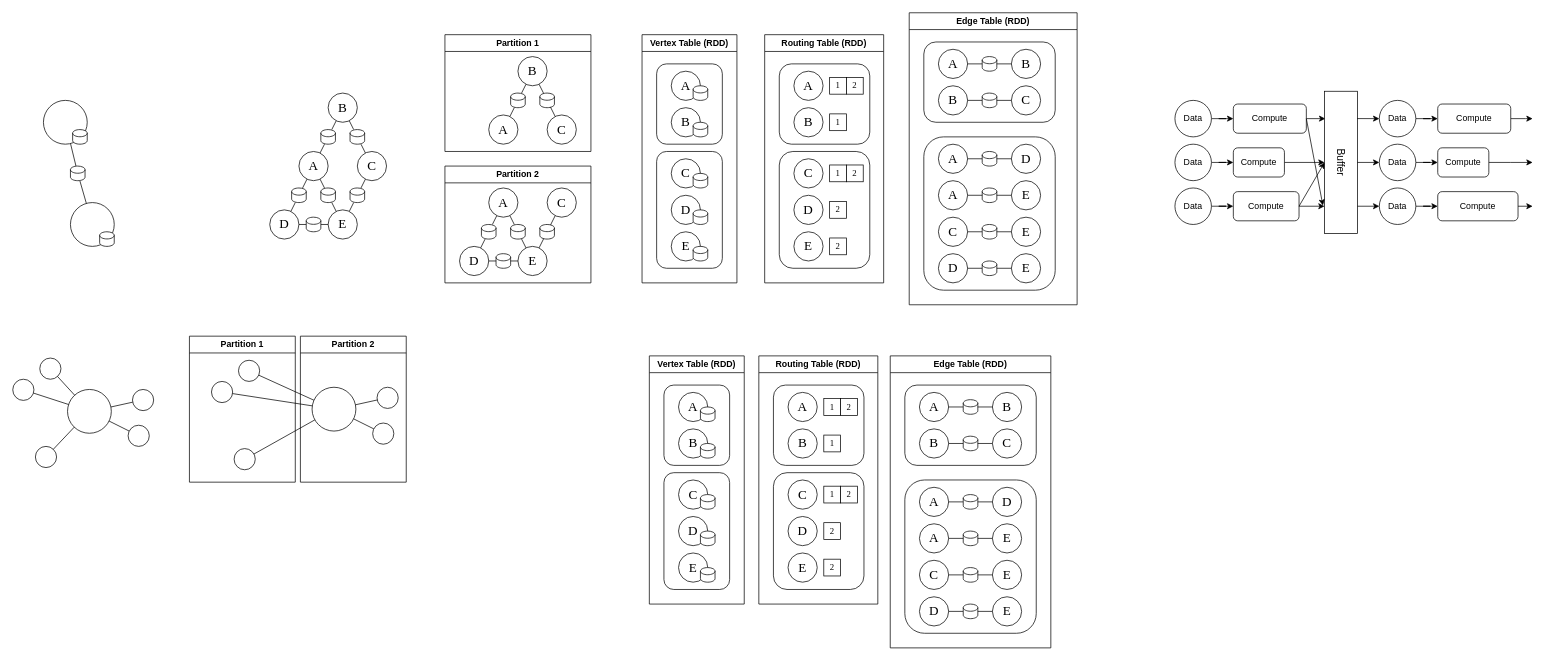
Before: GraphProcessing.drawio in OneOverThree/PastryTest, a draw.io diagram. Source tidied: cells renumbered, new cells numbered last; positions are measured from the earlier drawing's top-left corner, leaving out a move shared by most shapes. Both pictures are drawn from the tidied source at 73%, with x=0, y=0 at pixel (12, 12).
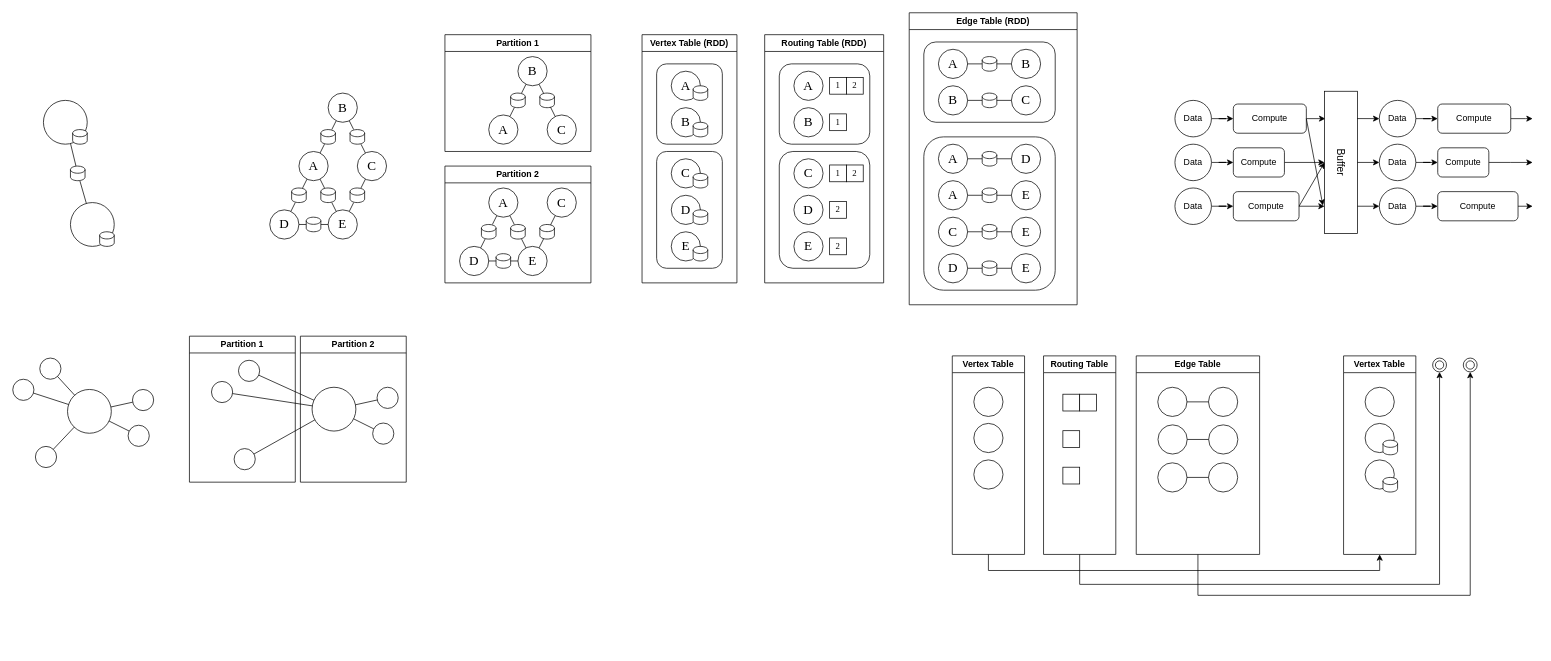
The same page after the edit.

What changed in the source:
```diff
@@
+    <mxCell id="231" style="edgeStyle=orthogonalEdgeStyle;rounded=0;jettySize=auto;html=1;exitX=0.5;exitY=1;exitDx=0;exitDy=0;entryX=0.5;entryY=1;entryDx=0;entryDy=0;" parent="1" edge="1" source="141" target="252">
+      <mxGeometry relative="1" as="geometry">
+        <Array as="points">
+          <mxPoint x="1337" y="764" />
+          <mxPoint x="1873" y="764" />
+        </Array>
+      </mxGeometry>
+    </mxCell>
-    <mxCell id="141" value="Vertex Table (RDD)" style="swimlane;whiteSpace=wrap;html=1;" parent="1" vertex="1">
-      <mxGeometry x="872" y="470" width="130" height="340" as="geometry" />
+    <mxCell id="141" value="Vertex Table" style="swimlane;whiteSpace=wrap;html=1;" parent="1" vertex="1">
+      <mxGeometry x="1287" y="470" width="99" height="272" as="geometry" />
     </mxCell>
-    <mxCell id="142" style="rounded=1;whiteSpace=wrap;html=1;" parent="141" vertex="1">
-      <mxGeometry x="20" y="40" width="90" height="110" as="geometry" />
-    </mxCell>
-    <mxCell id="143" value="&lt;font style=&quot;font-size: 18px;&quot; face=&quot;Times New Roman&quot;&gt;A&lt;/font&gt;" style="ellipse;whiteSpace=wrap;html=1;" parent="141" vertex="1">
-      <mxGeometry x="40" y="50" width="40" height="40" as="geometry" />
-    </mxCell>
-    <mxCell id="144" style="shape=cylinder3;whiteSpace=wrap;html=1;boundedLbl=1;backgroundOutline=1;size=4.904779343377953;" parent="141" vertex="1">
-      <mxGeometry x="70" y="70" width="20" height="20" as="geometry" />
-    </mxCell>
-    <mxCell id="145" value="&lt;font style=&quot;font-size: 18px;&quot; face=&quot;Times New Roman&quot;&gt;B&lt;/font&gt;" style="ellipse;whiteSpace=wrap;html=1;" parent="141" vertex="1">
-      <mxGeometry x="40" y="100" width="40" height="40" as="geometry" />
-    </mxCell>
-    <mxCell id="146" style="shape=cylinder3;whiteSpace=wrap;html=1;boundedLbl=1;backgroundOutline=1;size=4.904779343377953;" parent="141" vertex="1">
-      <mxGeometry x="70" y="120" width="20" height="20" as="geometry" />
-    </mxCell>
-    <mxCell id="147" style="rounded=1;whiteSpace=wrap;html=1;" parent="141" vertex="1">
-      <mxGeometry x="20" y="160" width="90" height="160" as="geometry" />
-    </mxCell>
-    <mxCell id="148" value="&lt;font style=&quot;font-size: 18px;&quot; face=&quot;Times New Roman&quot;&gt;C&lt;/font&gt;" style="ellipse;whiteSpace=wrap;html=1;" parent="141" vertex="1">
-      <mxGeometry x="40" y="170" width="40" height="40" as="geometry" />
-    </mxCell>
-    <mxCell id="149" style="shape=cylinder3;whiteSpace=wrap;html=1;boundedLbl=1;backgroundOutline=1;size=4.904779343377953;" parent="141" vertex="1">
-      <mxGeometry x="70" y="190" width="20" height="20" as="geometry" />
-    </mxCell>
-    <mxCell id="150" value="&lt;font style=&quot;font-size: 18px;&quot; face=&quot;Times New Roman&quot;&gt;D&lt;/font&gt;" style="ellipse;whiteSpace=wrap;html=1;" parent="141" vertex="1">
-      <mxGeometry x="40" y="220" width="40" height="40" as="geometry" />
-    </mxCell>
-    <mxCell id="151" style="shape=cylinder3;whiteSpace=wrap;html=1;boundedLbl=1;backgroundOutline=1;size=4.904779343377953;" parent="141" vertex="1">
-      <mxGeometry x="70" y="240" width="20" height="20" as="geometry" />
-    </mxCell>
-    <mxCell id="152" value="&lt;font style=&quot;font-size: 18px;&quot; face=&quot;Times New Roman&quot;&gt;E&lt;/font&gt;" style="ellipse;whiteSpace=wrap;html=1;" parent="141" vertex="1">
-      <mxGeometry x="40" y="270" width="40" height="40" as="geometry" />
-    </mxCell>
-    <mxCell id="153" style="shape=cylinder3;whiteSpace=wrap;html=1;boundedLbl=1;backgroundOutline=1;size=4.904779343377953;" parent="141" vertex="1">
-      <mxGeometry x="70" y="290" width="20" height="20" as="geometry" />
-    </mxCell>
-    <mxCell id="154" value="Edge Table (RDD)" style="swimlane;whiteSpace=wrap;html=1;" parent="1" vertex="1">
-      <mxGeometry x="1202" y="470" width="220" height="400" as="geometry" />
-    </mxCell>
-    <mxCell id="155" style="rounded=1;whiteSpace=wrap;html=1;" parent="154" vertex="1">
-      <mxGeometry x="20" y="40" width="180" height="110" as="geometry" />
-    </mxCell>
-    <mxCell id="156" value="&lt;font style=&quot;font-size: 18px;&quot; face=&quot;Times New Roman&quot;&gt;A&lt;/font&gt;" style="ellipse;whiteSpace=wrap;html=1;" parent="154" vertex="1">
-      <mxGeometry x="40" y="50" width="40" height="40" as="geometry" />
-    </mxCell>
-    <mxCell id="157" value="&lt;font style=&quot;font-size: 18px;&quot; face=&quot;Times New Roman&quot;&gt;B&lt;/font&gt;" style="ellipse;whiteSpace=wrap;html=1;" parent="154" vertex="1">
-      <mxGeometry x="40" y="100" width="40" height="40" as="geometry" />
-    </mxCell>
-    <mxCell id="158" style="rounded=1;whiteSpace=wrap;html=1;" parent="154" vertex="1">
-      <mxGeometry x="20" y="170" width="180" height="210" as="geometry" />
-    </mxCell>
-    <mxCell id="159" value="&lt;font style=&quot;font-size: 18px;&quot; face=&quot;Times New Roman&quot;&gt;A&lt;/font&gt;" style="ellipse;whiteSpace=wrap;html=1;" parent="154" vertex="1">
-      <mxGeometry x="40" y="180" width="40" height="40" as="geometry" />
-    </mxCell>
-    <mxCell id="160" value="&lt;font style=&quot;font-size: 18px;&quot; face=&quot;Times New Roman&quot;&gt;A&lt;/font&gt;" style="ellipse;whiteSpace=wrap;html=1;" parent="154" vertex="1">
-      <mxGeometry x="40" y="230" width="40" height="40" as="geometry" />
-    </mxCell>
-    <mxCell id="161" value="&lt;font style=&quot;font-size: 18px;&quot; face=&quot;Times New Roman&quot;&gt;C&lt;/font&gt;" style="ellipse;whiteSpace=wrap;html=1;" parent="154" vertex="1">
-      <mxGeometry x="40" y="280" width="40" height="40" as="geometry" />
-    </mxCell>
-    <mxCell id="162" value="&lt;font style=&quot;font-size: 18px;&quot; face=&quot;Times New Roman&quot;&gt;B&lt;/font&gt;" style="ellipse;whiteSpace=wrap;html=1;" parent="154" vertex="1">
-      <mxGeometry x="140" y="50" width="40" height="40" as="geometry" />
-    </mxCell>
-    <mxCell id="163" value="&lt;font style=&quot;font-size: 18px;&quot; face=&quot;Times New Roman&quot;&gt;C&lt;/font&gt;" style="ellipse;whiteSpace=wrap;html=1;" parent="154" vertex="1">
-      <mxGeometry x="140" y="100" width="40" height="40" as="geometry" />
-    </mxCell>
-    <mxCell id="164" value="&lt;font style=&quot;font-size: 18px;&quot; face=&quot;Times New Roman&quot;&gt;D&lt;/font&gt;" style="ellipse;whiteSpace=wrap;html=1;" parent="154" vertex="1">
-      <mxGeometry x="40" y="330" width="40" height="40" as="geometry" />
-    </mxCell>
-    <mxCell id="165" value="&lt;font style=&quot;font-size: 18px;&quot; face=&quot;Times New Roman&quot;&gt;D&lt;/font&gt;" style="ellipse;whiteSpace=wrap;html=1;" parent="154" vertex="1">
-      <mxGeometry x="140" y="180" width="40" height="40" as="geometry" />
-    </mxCell>
-    <mxCell id="166" value="&lt;font style=&quot;font-size: 18px;&quot; face=&quot;Times New Roman&quot;&gt;E&lt;/font&gt;" style="ellipse;whiteSpace=wrap;html=1;" parent="154" vertex="1">
-      <mxGeometry x="140" y="230" width="40" height="40" as="geometry" />
-    </mxCell>
-    <mxCell id="167" value="&lt;font style=&quot;font-size: 18px;&quot; face=&quot;Times New Roman&quot;&gt;E&lt;/font&gt;" style="ellipse;whiteSpace=wrap;html=1;" parent="154" vertex="1">
-      <mxGeometry x="140" y="280" width="40" height="40" as="geometry" />
-    </mxCell>
-    <mxCell id="168" value="&lt;font style=&quot;font-size: 18px;&quot; face=&quot;Times New Roman&quot;&gt;E&lt;/font&gt;" style="ellipse;whiteSpace=wrap;html=1;" parent="154" vertex="1">
-      <mxGeometry x="140" y="330" width="40" height="40" as="geometry" />
-    </mxCell>
-    <mxCell id="169" style="endArrow=none;html=1;rounded=0;entryX=1;entryY=0.5;entryDx=0;entryDy=0;exitX=0;exitY=0.5;exitDx=0;exitDy=0;" parent="154" edge="1" source="175" target="156">
-      <mxGeometry relative="1" as="geometry" />
-    </mxCell>
-    <mxCell id="170" style="endArrow=none;html=1;rounded=0;" parent="154" edge="1" source="177" target="157">
-      <mxGeometry relative="1" as="geometry" />
-    </mxCell>
-    <mxCell id="171" style="endArrow=none;html=1;rounded=0;" parent="154" edge="1" source="179" target="159">
-      <mxGeometry relative="1" as="geometry" />
-    </mxCell>
-    <mxCell id="172" style="endArrow=none;html=1;rounded=0;" parent="154" edge="1" source="166" target="160">
-      <mxGeometry relative="1" as="geometry" />
-    </mxCell>
-    <mxCell id="173" style="endArrow=none;html=1;rounded=0;" parent="154" edge="1" source="182" target="161">
-      <mxGeometry relative="1" as="geometry" />
-    </mxCell>
-    <mxCell id="174" style="endArrow=none;html=1;rounded=0;" parent="154" edge="1" source="184" target="164">
-      <mxGeometry relative="1" as="geometry" />
-    </mxCell>
-    <mxCell id="175" style="shape=cylinder3;whiteSpace=wrap;html=1;boundedLbl=1;backgroundOutline=1;size=4.904779343377953;" parent="154" vertex="1">
-      <mxGeometry x="100" y="60" width="20" height="20" as="geometry" />
-    </mxCell>
-    <mxCell id="176" style="endArrow=none;html=1;rounded=0;entryX=1;entryY=0.5;entryDx=0;entryDy=0;exitX=0;exitY=0.5;exitDx=0;exitDy=0;" parent="154" edge="1" source="162" target="175">
-      <mxGeometry relative="1" as="geometry" />
-    </mxCell>
-    <mxCell id="177" style="shape=cylinder3;whiteSpace=wrap;html=1;boundedLbl=1;backgroundOutline=1;size=4.904779343377953;" parent="154" vertex="1">
-      <mxGeometry x="100" y="110" width="20" height="20" as="geometry" />
-    </mxCell>
-    <mxCell id="178" style="endArrow=none;html=1;rounded=0;" parent="154" edge="1" source="163" target="177">
-      <mxGeometry relative="1" as="geometry" />
-    </mxCell>
-    <mxCell id="179" style="shape=cylinder3;whiteSpace=wrap;html=1;boundedLbl=1;backgroundOutline=1;size=4.904779343377953;" parent="154" vertex="1">
-      <mxGeometry x="100" y="190" width="20" height="20" as="geometry" />
-    </mxCell>
-    <mxCell id="180" style="endArrow=none;html=1;rounded=0;" parent="154" edge="1" source="165" target="179">
-      <mxGeometry relative="1" as="geometry" />
-    </mxCell>
-    <mxCell id="181" style="shape=cylinder3;whiteSpace=wrap;html=1;boundedLbl=1;backgroundOutline=1;size=4.904779343377953;" parent="154" vertex="1">
-      <mxGeometry x="100" y="240" width="20" height="20" as="geometry" />
-    </mxCell>
-    <mxCell id="182" style="shape=cylinder3;whiteSpace=wrap;html=1;boundedLbl=1;backgroundOutline=1;size=4.904779343377953;" parent="154" vertex="1">
-      <mxGeometry x="100" y="290" width="20" height="20" as="geometry" />
-    </mxCell>
-    <mxCell id="183" style="endArrow=none;html=1;rounded=0;" parent="154" edge="1" source="167" target="182">
-      <mxGeometry relative="1" as="geometry" />
-    </mxCell>
-    <mxCell id="184" style="shape=cylinder3;whiteSpace=wrap;html=1;boundedLbl=1;backgroundOutline=1;size=4.904779343377953;" parent="154" vertex="1">
-      <mxGeometry x="100" y="340" width="20" height="20" as="geometry" />
-    </mxCell>
-    <mxCell id="185" style="endArrow=none;html=1;rounded=0;" parent="154" edge="1" source="168" target="184">
-      <mxGeometry relative="1" as="geometry" />
-    </mxCell>
-    <mxCell id="186" value="Routing Table (RDD)" style="swimlane;whiteSpace=wrap;html=1;" parent="1" vertex="1">
-      <mxGeometry x="1022" y="470" width="163" height="340" as="geometry" />
-    </mxCell>
-    <mxCell id="187" style="rounded=1;whiteSpace=wrap;html=1;" parent="186" vertex="1">
-      <mxGeometry x="20" y="40" width="124" height="110" as="geometry" />
-    </mxCell>
-    <mxCell id="188" value="&lt;font style=&quot;font-size: 18px;&quot; face=&quot;Times New Roman&quot;&gt;A&lt;/font&gt;" style="ellipse;whiteSpace=wrap;html=1;" parent="186" vertex="1">
-      <mxGeometry x="40" y="50" width="40" height="40" as="geometry" />
-    </mxCell>
-    <mxCell id="189" value="&lt;font style=&quot;font-size: 18px;&quot; face=&quot;Times New Roman&quot;&gt;B&lt;/font&gt;" style="ellipse;whiteSpace=wrap;html=1;" parent="186" vertex="1">
-      <mxGeometry x="40" y="100" width="40" height="40" as="geometry" />
-    </mxCell>
-    <mxCell id="190" style="rounded=1;whiteSpace=wrap;html=1;" parent="186" vertex="1">
-      <mxGeometry x="20" y="160" width="124" height="160" as="geometry" />
-    </mxCell>
-    <mxCell id="191" value="&lt;font style=&quot;font-size: 18px;&quot; face=&quot;Times New Roman&quot;&gt;C&lt;/font&gt;" style="ellipse;whiteSpace=wrap;html=1;" parent="186" vertex="1">
-      <mxGeometry x="40" y="170" width="40" height="40" as="geometry" />
-    </mxCell>
-    <mxCell id="192" value="&lt;font style=&quot;font-size: 18px;&quot; face=&quot;Times New Roman&quot;&gt;D&lt;/font&gt;" style="ellipse;whiteSpace=wrap;html=1;" parent="186" vertex="1">
-      <mxGeometry x="40" y="220" width="40" height="40" as="geometry" />
-    </mxCell>
-    <mxCell id="193" value="&lt;font style=&quot;font-size: 18px;&quot; face=&quot;Times New Roman&quot;&gt;E&lt;/font&gt;" style="ellipse;whiteSpace=wrap;html=1;" parent="186" vertex="1">
-      <mxGeometry x="40" y="270" width="40" height="40" as="geometry" />
-    </mxCell>
-    <mxCell id="194" value="&lt;font face=&quot;Times New Roman&quot;&gt;1&lt;/font&gt;" style="rounded=0;whiteSpace=wrap;html=1;" parent="186" vertex="1">
-      <mxGeometry x="89" y="108.5" width="23" height="23" as="geometry" />
-    </mxCell>
-    <mxCell id="195" value="&lt;font face=&quot;Times New Roman&quot;&gt;1&lt;/font&gt;" style="rounded=0;whiteSpace=wrap;html=1;" parent="186" vertex="1">
-      <mxGeometry x="89" y="58.5" width="23" height="23" as="geometry" />
-    </mxCell>
-    <mxCell id="196" value="&lt;font face=&quot;Times New Roman&quot;&gt;2&lt;/font&gt;" style="rounded=0;whiteSpace=wrap;html=1;" parent="186" vertex="1">
-      <mxGeometry x="112" y="58.5" width="23" height="23" as="geometry" />
-    </mxCell>
-    <mxCell id="197" value="&lt;font face=&quot;Times New Roman&quot;&gt;2&lt;/font&gt;" style="rounded=0;whiteSpace=wrap;html=1;" parent="186" vertex="1">
-      <mxGeometry x="89" y="228.5" width="23" height="23" as="geometry" />
-    </mxCell>
-    <mxCell id="198" value="&lt;font face=&quot;Times New Roman&quot;&gt;2&lt;/font&gt;" style="rounded=0;whiteSpace=wrap;html=1;" parent="186" vertex="1">
-      <mxGeometry x="89" y="278.5" width="23" height="23" as="geometry" />
-    </mxCell>
-    <mxCell id="199" value="&lt;font face=&quot;Times New Roman&quot;&gt;1&lt;/font&gt;" style="rounded=0;whiteSpace=wrap;html=1;" parent="186" vertex="1">
-      <mxGeometry x="89" y="178.5" width="23" height="23" as="geometry" />
-    </mxCell>
-    <mxCell id="200" value="&lt;font face=&quot;Times New Roman&quot;&gt;2&lt;/font&gt;" style="rounded=0;whiteSpace=wrap;html=1;" parent="186" vertex="1">
-      <mxGeometry x="112" y="178.5" width="23" height="23" as="geometry" />
-    </mxCell>
+    <mxCell id="232" style="ellipse;whiteSpace=wrap;html=1;" parent="141" vertex="1">
+      <mxGeometry x="29.5" y="43" width="40" height="40" as="geometry" />
+    </mxCell>
+    <mxCell id="233" style="ellipse;whiteSpace=wrap;html=1;" parent="141" vertex="1">
+      <mxGeometry x="29.5" y="92.5" width="40" height="40" as="geometry" />
+    </mxCell>
+    <mxCell id="234" style="ellipse;whiteSpace=wrap;html=1;" parent="141" vertex="1">
+      <mxGeometry x="29.5" y="142.5" width="40" height="40" as="geometry" />
+    </mxCell>
@@
+    <mxCell id="235" style="edgeStyle=orthogonalEdgeStyle;rounded=0;jettySize=auto;html=1;exitX=0.5;exitY=1;exitDx=0;exitDy=0;entryX=0.5;entryY=1;entryDx=0;entryDy=0;" parent="1" edge="1" source="236" target="258">
+      <mxGeometry relative="1" as="geometry">
+        <Array as="points">
+          <mxPoint x="1462" y="783" />
+          <mxPoint x="1955" y="783" />
+        </Array>
+      </mxGeometry>
+    </mxCell>
+    <mxCell id="236" value="Routing Table" style="swimlane;whiteSpace=wrap;html=1;" parent="1" vertex="1">
+      <mxGeometry x="1412" y="470" width="99" height="272" as="geometry" />
+    </mxCell>
+    <mxCell id="237" style="rounded=0;whiteSpace=wrap;html=1;" parent="236" vertex="1">
+      <mxGeometry x="26.5" y="102.5" width="23" height="23" as="geometry" />
+    </mxCell>
+    <mxCell id="238" style="rounded=0;whiteSpace=wrap;html=1;" parent="236" vertex="1">
+      <mxGeometry x="26.5" y="152.5" width="23" height="23" as="geometry" />
+    </mxCell>
+    <mxCell id="239" style="rounded=0;whiteSpace=wrap;html=1;" parent="236" vertex="1">
+      <mxGeometry x="26.5" y="52.5" width="23" height="23" as="geometry" />
+    </mxCell>
+    <mxCell id="240" style="rounded=0;whiteSpace=wrap;html=1;" parent="236" vertex="1">
+      <mxGeometry x="49.5" y="52.5" width="23" height="23" as="geometry" />
+    </mxCell>
+    <mxCell id="241" style="edgeStyle=orthogonalEdgeStyle;rounded=0;jettySize=auto;html=1;exitX=0.5;exitY=1;exitDx=0;exitDy=0;entryX=0.5;entryY=1;entryDx=0;entryDy=0;" parent="1" edge="1" source="242" target="259">
+      <mxGeometry relative="1" as="geometry">
+        <Array as="points">
+          <mxPoint x="1624" y="798" />
+          <mxPoint x="1997" y="798" />
+        </Array>
+      </mxGeometry>
+    </mxCell>
+    <mxCell id="242" value="Edge Table" style="swimlane;whiteSpace=wrap;html=1;" parent="1" vertex="1">
+      <mxGeometry x="1539" y="470" width="169" height="272" as="geometry" />
+    </mxCell>
+    <mxCell id="243" style="ellipse;whiteSpace=wrap;html=1;" parent="242" vertex="1">
+      <mxGeometry x="29.5" y="43" width="40" height="40" as="geometry" />
+    </mxCell>
+    <mxCell id="244" style="ellipse;whiteSpace=wrap;html=1;" parent="242" vertex="1">
+      <mxGeometry x="29.8" y="94.5" width="40" height="40" as="geometry" />
+    </mxCell>
+    <mxCell id="245" style="ellipse;whiteSpace=wrap;html=1;" parent="242" vertex="1">
+      <mxGeometry x="29.5" y="146.5" width="40" height="40" as="geometry" />
+    </mxCell>
+    <mxCell id="246" style="ellipse;whiteSpace=wrap;html=1;" parent="242" vertex="1">
+      <mxGeometry x="99" y="43" width="40" height="40" as="geometry" />
+    </mxCell>
+    <mxCell id="247" style="ellipse;whiteSpace=wrap;html=1;" parent="242" vertex="1">
+      <mxGeometry x="99.2" y="94.5" width="40" height="40" as="geometry" />
+    </mxCell>
+    <mxCell id="248" style="ellipse;whiteSpace=wrap;html=1;" parent="242" vertex="1">
+      <mxGeometry x="99" y="146.5" width="40" height="40" as="geometry" />
+    </mxCell>
+    <mxCell id="249" style="endArrow=none;html=1;rounded=0;exitX=1;exitY=0.5;exitDx=0;exitDy=0;" parent="242" edge="1" source="243" target="246">
+      <mxGeometry relative="1" as="geometry" />
+    </mxCell>
+    <mxCell id="250" style="endArrow=none;html=1;rounded=0;exitX=1;exitY=0.5;exitDx=0;exitDy=0;" parent="242" edge="1" source="244" target="247">
+      <mxGeometry relative="1" as="geometry" />
+    </mxCell>
+    <mxCell id="251" style="endArrow=none;html=1;rounded=0;exitX=1;exitY=0.5;exitDx=0;exitDy=0;entryX=0;entryY=0.5;entryDx=0;entryDy=0;" parent="242" edge="1" source="245" target="248">
+      <mxGeometry relative="1" as="geometry" />
+    </mxCell>
+    <mxCell id="252" value="Vertex Table" style="swimlane;whiteSpace=wrap;html=1;" parent="1" vertex="1">
+      <mxGeometry x="1823" y="470" width="99" height="272" as="geometry" />
+    </mxCell>
+    <mxCell id="253" style="ellipse;whiteSpace=wrap;html=1;" parent="252" vertex="1">
+      <mxGeometry x="29.5" y="43" width="40" height="40" as="geometry" />
+    </mxCell>
+    <mxCell id="254" style="ellipse;whiteSpace=wrap;html=1;" parent="252" vertex="1">
+      <mxGeometry x="29.5" y="92.5" width="40" height="40" as="geometry" />
+    </mxCell>
+    <mxCell id="255" style="ellipse;whiteSpace=wrap;html=1;" parent="252" vertex="1">
+      <mxGeometry x="29.5" y="142.5" width="40" height="40" as="geometry" />
+    </mxCell>
+    <mxCell id="256" style="shape=cylinder3;whiteSpace=wrap;html=1;boundedLbl=1;backgroundOutline=1;size=4.904779343377953;" parent="252" vertex="1">
+      <mxGeometry x="54" y="115.5" width="20" height="20" as="geometry" />
+    </mxCell>
+    <mxCell id="257" style="shape=cylinder3;whiteSpace=wrap;html=1;boundedLbl=1;backgroundOutline=1;size=4.904779343377953;" parent="252" vertex="1">
+      <mxGeometry x="54" y="166.5" width="20" height="20" as="geometry" />
+    </mxCell>
+    <mxCell id="258" style="ellipse;shape=doubleEllipse;whiteSpace=wrap;html=1;" parent="1" vertex="1">
+      <mxGeometry x="1945" y="473" width="19" height="19" as="geometry" />
+    </mxCell>
+    <mxCell id="259" style="ellipse;shape=doubleEllipse;whiteSpace=wrap;html=1;" parent="1" vertex="1">
+      <mxGeometry x="1987" y="473" width="19" height="19" as="geometry" />
+    </mxCell>
```
